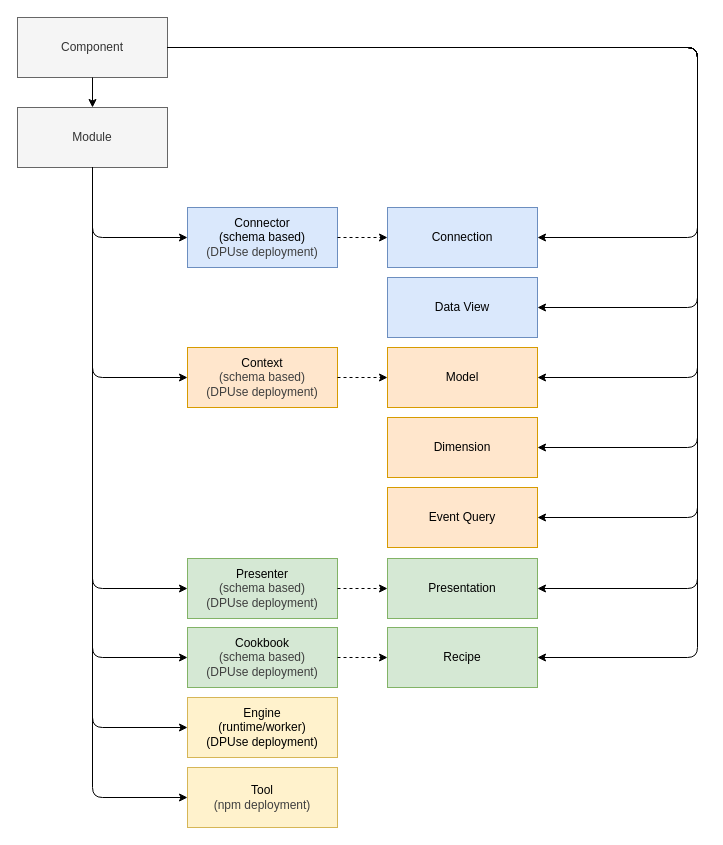
The draw.io diagram schematic.drawio in dpuse/dpuse-shared, before the edit. Source tidied: cells renumbered, new cells numbered last; positions are measured from the earlier drawing's top-left corner, leaving out a move shared by most shapes. Both pictures are drawn from the tidied source at 100%, with x=0, y=0 at pixel (17, 17).
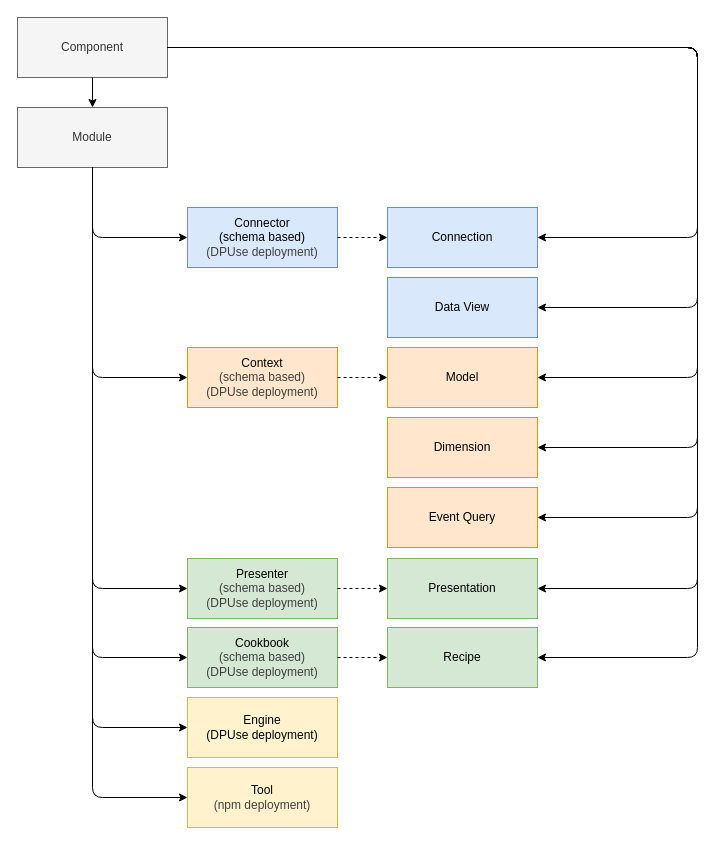
The same page after the edit.

Change to the diagram source:
```diff
@@
-    <mxCell id="3" value="Engine&lt;div&gt;&lt;font color=&quot;#000000&quot;&gt;(runtime/worker)&lt;br&gt;&lt;/font&gt;&lt;div&gt;(DPUse deployment)&lt;/div&gt;&lt;/div&gt;" style="rounded=0;whiteSpace=wrap;html=1;fillColor=#fff2cc;strokeColor=#d6b656;" parent="1" vertex="1">
+    <mxCell id="3" value="Engine&lt;div&gt;&lt;div&gt;(DPUse deployment)&lt;/div&gt;&lt;/div&gt;" style="rounded=0;whiteSpace=wrap;html=1;fillColor=#fff2cc;strokeColor=#d6b656;" parent="1" vertex="1">
       <mxGeometry x="170" y="680" width="150" height="60" as="geometry" />
     </mxCell>
```
